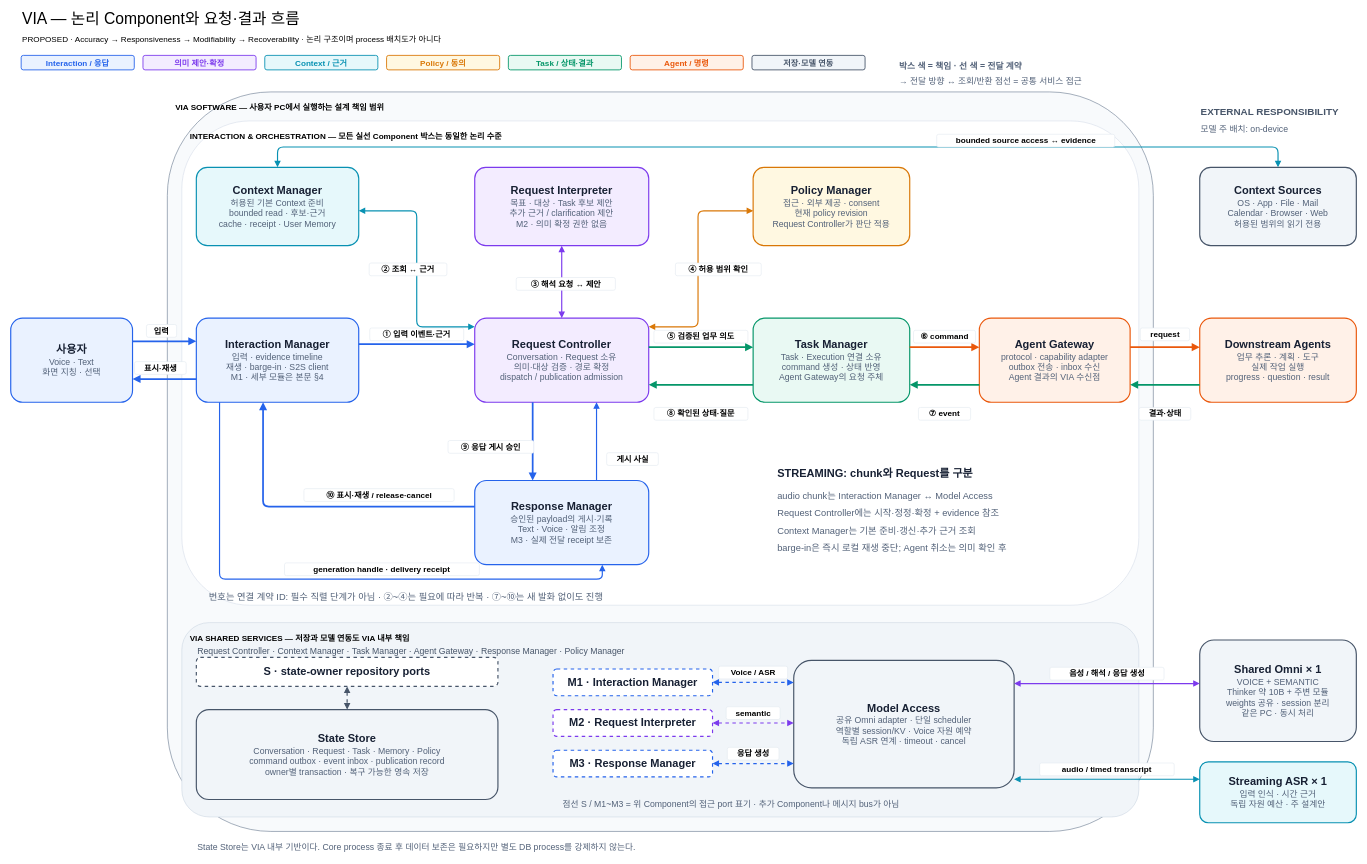
The draw.io diagram docs/architecture/12-decisions/target-architecture/diagrams/01-system-overview.drawio in cbyche/via-sw-architecture, before the edit. Source tidied: cells renumbered, new cells numbered last; positions are measured from the earlier drawing's top-left corner, leaving out a move shared by most shapes. Both pictures are drawn from the tidied source at 58%, with x=0, y=0 at pixel (10, 10).
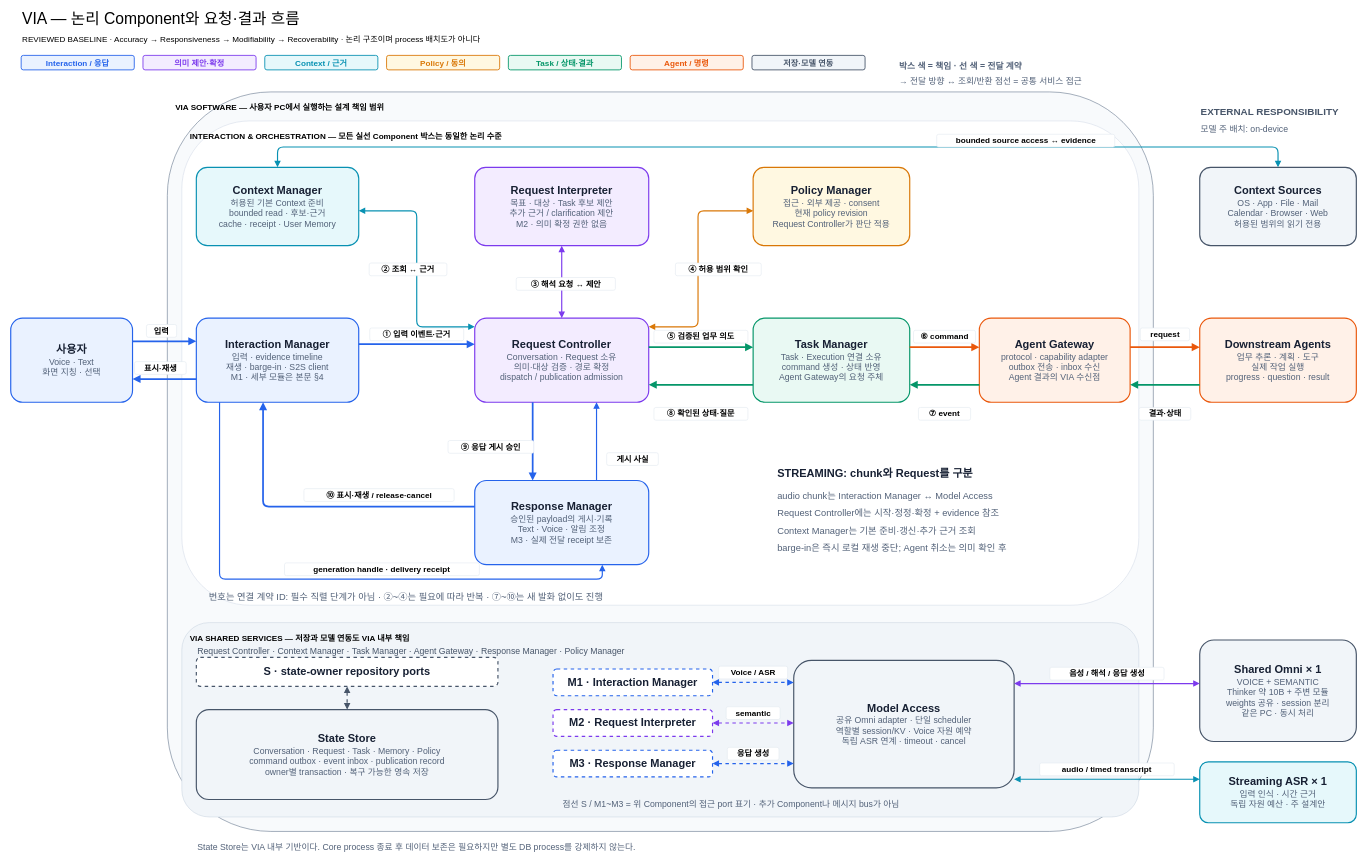
After the change.

What changed in the source:
```diff
@@
-    <mxCell id="90" value="PROPOSED · Accuracy → Responsiveness → Modifiability → Recoverability · 논리 구조이며 process 배치도가 아니다" style="text;html=1;align=left;verticalAlign=middle;strokeColor=none;fillColor=none;fontSize=14;" parent="1" vertex="1">
+    <mxCell id="90" value="REVIEWED BASELINE · Accuracy → Responsiveness → Modifiability → Recoverability · 논리 구조이며 process 배치도가 아니다" style="text;html=1;align=left;verticalAlign=middle;strokeColor=none;fillColor=none;fontSize=14;" parent="1" vertex="1">
       <mxGeometry x="18" y="34" width="2304" height="30" as="geometry" />
     </mxCell>
```
